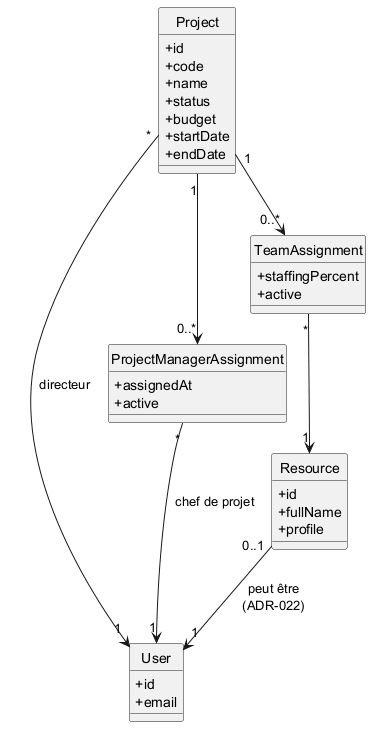
This is docs/uml/class_project_team.png from mazenrakrouki/tekup-pms-platform, a PlantUML export, as it was before one commit.
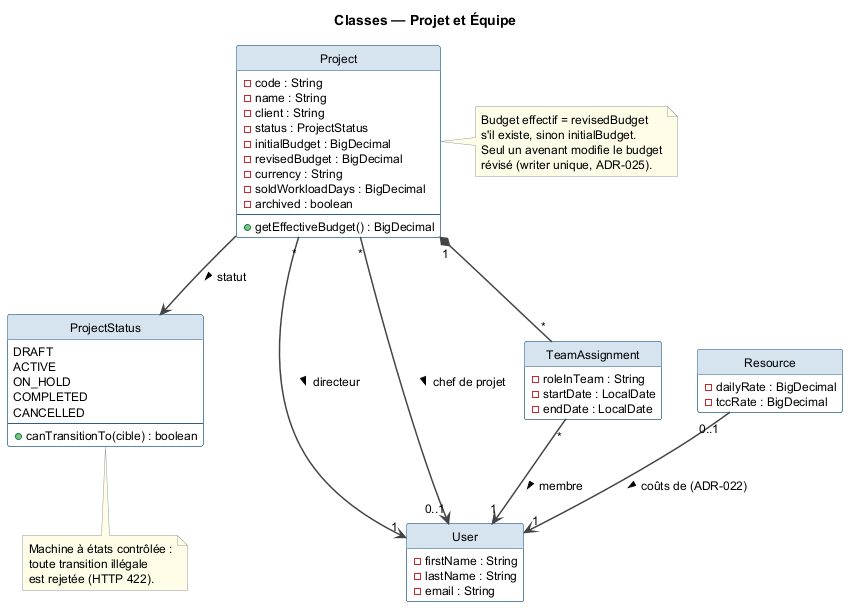
After the commit.

Change to the diagram source:
```diff
@@ -1,45 +1,80 @@
 @startuml class_project_team
+title Classes — Projet et Équipe
+
+top to bottom direction
+
 skinparam shadowing false
-skinparam classAttributeIconSize 0
+skinparam classBackgroundColor #FFFFFF
+skinparam classBorderColor #2C5F8A
+skinparam classHeaderBackgroundColor #D6E4F0
+skinparam defaultFontName Helvetica
+skinparam defaultFontSize 12
+skinparam ArrowColor #444444
+skinparam ArrowThickness 1.5
+skinparam noteBorderColor #999999
+skinparam noteBackgroundColor #FFFDE7
 hide circle
+hide empty methods
+
+enum ProjectStatus {
+  DRAFT
+  ACTIVE
+  ON_HOLD
+  COMPLETED
+  CANCELLED
+  --
+  + canTransitionTo(cible) : boolean
+}
 
 class Project {
-  +id
-  +code
-  +name
-  +status
-  +budget
-  +startDate
-  +endDate
+  - code : String
+  - name : String
+  - client : String
+  - status : ProjectStatus
+  - initialBudget : BigDecimal
+  - revisedBudget : BigDecimal
+  - currency : String
+  - soldWorkloadDays : BigDecimal
+  - archived : boolean
+  --
+  + getEffectiveBudget() : BigDecimal
 }
 
 class User {
-  +id
-  +email
+  - firstName : String
+  - lastName : String
+  - email : String
+}
+
+class TeamAssignment {
+  - roleInTeam : String
+  - startDate : LocalDate
+  - endDate : LocalDate
 }
 
 class Resource {
-  +id
-  +fullName
-  +profile
+  - dailyRate : BigDecimal
+  - tccRate : BigDecimal
 }
 
-class ProjectManagerAssignment {
-  +assignedAt
-  +active
-}
+Project --> ProjectStatus : statut >
+Project "*" --> "1" User : directeur >
+Project "*" --> "0..1" User : chef de projet >
+Project "1" *-- "*" TeamAssignment
+TeamAssignment "*" --> "1" User : membre >
+Resource "0..1" --> "1" User : coûts de (ADR-022) >
 
-class TeamAssignment {
-  +staffingPercent
-  +active
-}
+note right of Project
+  Budget effectif = revisedBudget
+  s'il existe, sinon initialBudget.
+  Seul un avenant modifie le budget
+  révisé (writer unique, ADR-025).
+end note
 
-Project "*" --> "1" User : directeur
-Project "1" --> "0..*" ProjectManagerAssignment
-ProjectManagerAssignment "*" --> "1" User : chef de projet
+note bottom of ProjectStatus
+  Machine à états contrôlée :
+  toute transition illégale
+  est rejetée (HTTP 422).
+end note
 
-Project "1" --> "0..*" TeamAssignment
-TeamAssignment "*" --> "1" Resource
-
-Resource "0..1" --> "1" User : peut être\n(ADR-022)
 @enduml
```
